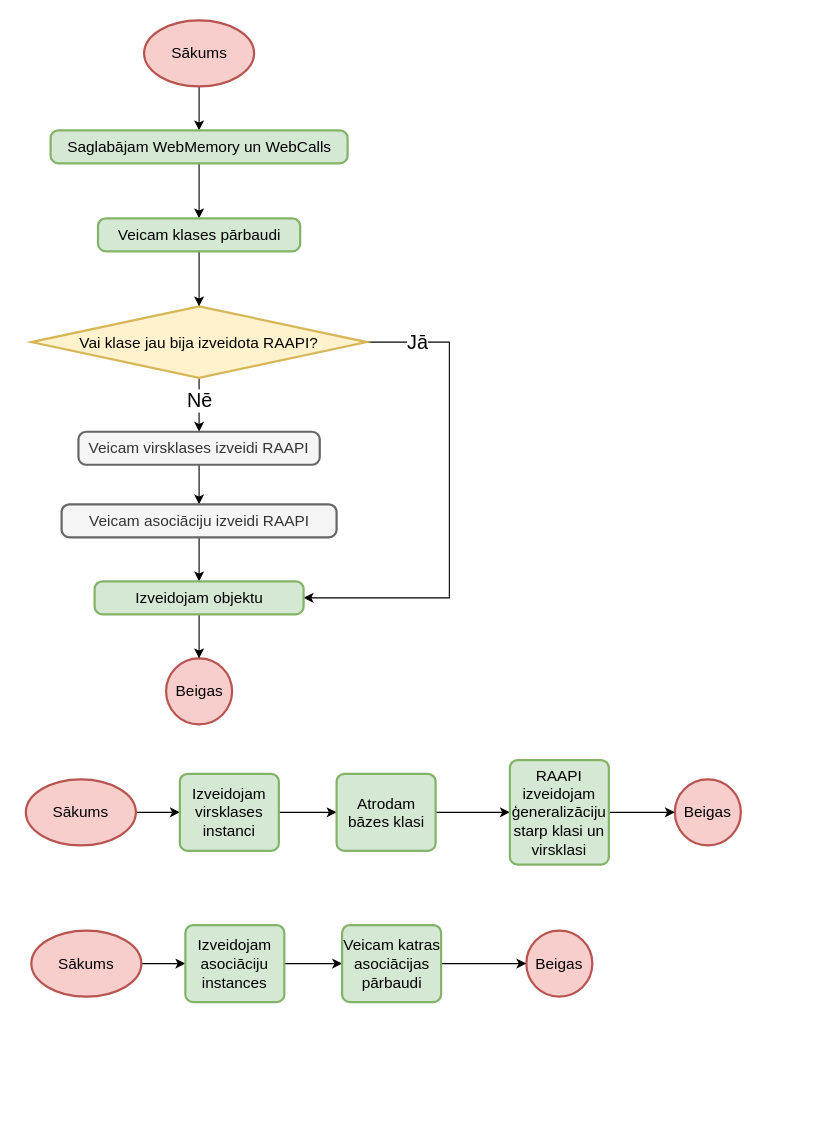
This is page "Konstruktors" (1 of 6) of src/Qualification project/Documentation/Diagrammas/Ģenerētais kods.drawio from artiks12/webAppOS, a draw.io file, before an edit. Source tidied: cells renumbered, new cells numbered last; positions are measured from the earlier drawing's top-left corner, leaving out a move shared by most shapes. Both pictures are drawn from the tidied source at 110%, with x=0, y=0 at pixel (25, 20).
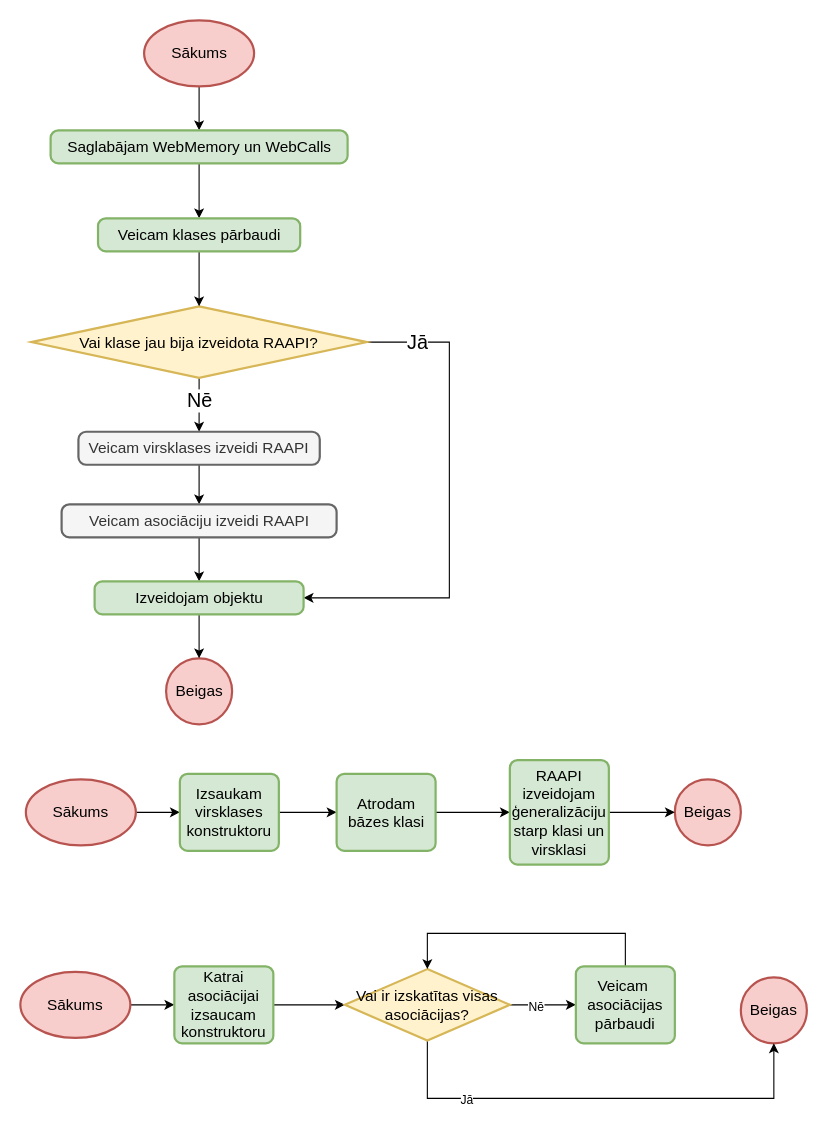
After the change.

Diff of the diagram source:
```diff
@@
-    <mxCell id="24" value="Izveidojam virsklases instanci" style="rounded=1;whiteSpace=wrap;html=1;absoluteArcSize=1;arcSize=14;strokeWidth=2;fontSize=14;fillColor=#d5e8d4;strokeColor=#82b366;" parent="1" vertex="1">
+    <mxCell id="24" value="Izsaukam virsklases konstruktoru" style="rounded=1;whiteSpace=wrap;html=1;absoluteArcSize=1;arcSize=14;strokeWidth=2;fontSize=14;fillColor=#d5e8d4;strokeColor=#82b366;" parent="1" vertex="1">
       <mxGeometry x="140" y="685" width="90" height="70" as="geometry" />
     </mxCell>
@@
     <mxCell id="30" value="Sākums" style="strokeWidth=2;html=1;shape=mxgraph.flowchart.start_1;whiteSpace=wrap;fontSize=14;fillColor=#f8cecc;strokeColor=#b85450;" parent="1" vertex="1">
-      <mxGeometry x="5" y="827.5" width="100" height="60" as="geometry" />
+      <mxGeometry x="-5" y="865" width="100" height="60" as="geometry" />
     </mxCell>
     <mxCell id="31" value="Beigas" style="strokeWidth=2;html=1;shape=mxgraph.flowchart.start_2;whiteSpace=wrap;fontSize=14;fillColor=#f8cecc;strokeColor=#b85450;" parent="1" vertex="1">
-      <mxGeometry x="455" y="827.5" width="60" height="60" as="geometry" />
+      <mxGeometry x="650" y="870" width="60" height="60" as="geometry" />
     </mxCell>
-    <mxCell id="32" style="edgeStyle=orthogonalEdgeStyle;rounded=0;jettySize=auto;html=1;entryX=0;entryY=0.5;entryDx=0;entryDy=0;fontSize=18;" parent="1" edge="1" source="33" target="35">
+    <mxCell id="32" style="edgeStyle=orthogonalEdgeStyle;rounded=0;jettySize=auto;html=1;entryX=0;entryY=0.5;entryDx=0;entryDy=0;fontSize=18;entryPerimeter=0;" parent="1" edge="1" source="33" target="40">
       <mxGeometry relative="1" as="geometry" />
     </mxCell>
-    <mxCell id="33" value="Izveidojam asociāciju instances" style="rounded=1;whiteSpace=wrap;html=1;absoluteArcSize=1;arcSize=14;strokeWidth=2;fontSize=14;fillColor=#d5e8d4;strokeColor=#82b366;" parent="1" vertex="1">
-      <mxGeometry x="145" y="822.5" width="90" height="70" as="geometry" />
+    <mxCell id="33" value="Katrai asociācijai izsaucam konstruktoru" style="rounded=1;whiteSpace=wrap;html=1;absoluteArcSize=1;arcSize=14;strokeWidth=2;fontSize=14;fillColor=#d5e8d4;strokeColor=#82b366;" parent="1" vertex="1">
+      <mxGeometry x="135" y="860" width="90" height="70" as="geometry" />
     </mxCell>
-    <mxCell id="34" style="edgeStyle=orthogonalEdgeStyle;rounded=0;jettySize=auto;html=1;entryX=0;entryY=0.5;entryDx=0;entryDy=0;fontSize=18;entryPerimeter=0;" parent="1" edge="1" source="35" target="31">
-      <mxGeometry relative="1" as="geometry" />
-    </mxCell>
-    <mxCell id="35" value="Veicam katras asociācijas pārbaudi" style="rounded=1;whiteSpace=wrap;html=1;absoluteArcSize=1;arcSize=14;strokeWidth=2;fontSize=14;fillColor=#d5e8d4;strokeColor=#82b366;" parent="1" vertex="1">
-      <mxGeometry x="287.5" y="822.5" width="90" height="70" as="geometry" />
-    </mxCell>
+    <mxCell id="36" style="edgeStyle=orthogonalEdgeStyle;rounded=0;jettySize=auto;html=1;entryX=0;entryY=0.5;entryDx=0;entryDy=0;" parent="1" edge="1" source="40" target="42">
+      <mxGeometry relative="1" as="geometry" />
+    </mxCell>
+    <mxCell id="37" value="Nē" style="edgeLabel;html=1;align=center;verticalAlign=middle;" parent="36" vertex="1">
+      <mxGeometry x="-0.23" y="-1" relative="1" as="geometry" />
+    </mxCell>
+    <mxCell id="38" style="edgeStyle=orthogonalEdgeStyle;rounded=0;jettySize=auto;html=1;entryX=0.5;entryY=1;entryDx=0;entryDy=0;entryPerimeter=0;" parent="1" edge="1" source="40" target="31">
+      <mxGeometry relative="1" as="geometry">
+        <Array as="points">
+          <mxPoint x="365" y="980" />
+          <mxPoint x="680" y="980" />
+        </Array>
+      </mxGeometry>
+    </mxCell>
+    <mxCell id="39" value="Jā" style="edgeLabel;html=1;align=center;verticalAlign=middle;" parent="38" vertex="1">
+      <mxGeometry x="-0.58" y="-1" relative="1" as="geometry" />
+    </mxCell>
+    <mxCell id="40" value="Vai ir izskatītas visas asociācijas?" style="strokeWidth=2;html=1;shape=mxgraph.flowchart.decision;whiteSpace=wrap;fontSize=14;fillColor=#fff2cc;strokeColor=#d6b656;" parent="1" vertex="1">
+      <mxGeometry x="290" y="862.5" width="150" height="65" as="geometry" />
+    </mxCell>
+    <mxCell id="41" style="edgeStyle=orthogonalEdgeStyle;rounded=0;jettySize=auto;html=1;entryX=0.5;entryY=0;entryDx=0;entryDy=0;entryPerimeter=0;" parent="1" edge="1" source="42" target="40">
+      <mxGeometry relative="1" as="geometry">
+        <Array as="points">
+          <mxPoint x="545" y="830" />
+          <mxPoint x="365" y="830" />
+        </Array>
+      </mxGeometry>
+    </mxCell>
+    <mxCell id="42" value="Veicam&amp;nbsp; asociācijas pārbaudi" style="rounded=1;whiteSpace=wrap;html=1;absoluteArcSize=1;arcSize=14;strokeWidth=2;fontSize=14;fillColor=#d5e8d4;strokeColor=#82b366;" parent="1" vertex="1">
+      <mxGeometry x="500" y="860" width="90" height="70" as="geometry" />
+    </mxCell>
```
